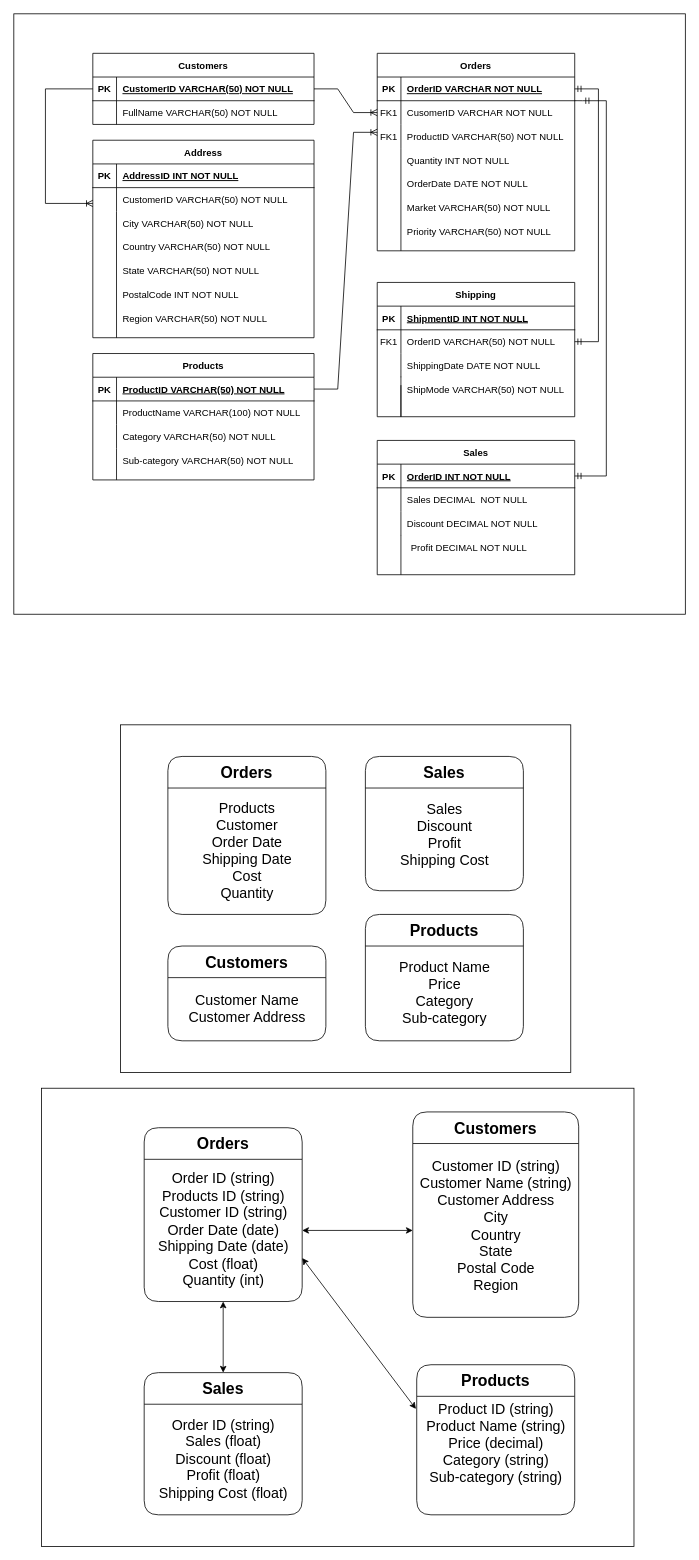
Before: Global Super Store Database.drawio in mennamamdouh/Global-Super-Store-Database, a draw.io diagram. Source tidied: cells renumbered, new cells numbered last; positions are measured from the earlier drawing's top-left corner, leaving out a move shared by most shapes. Both pictures are drawn from the tidied source at 79%, with x=0, y=0 at pixel (13, 13).
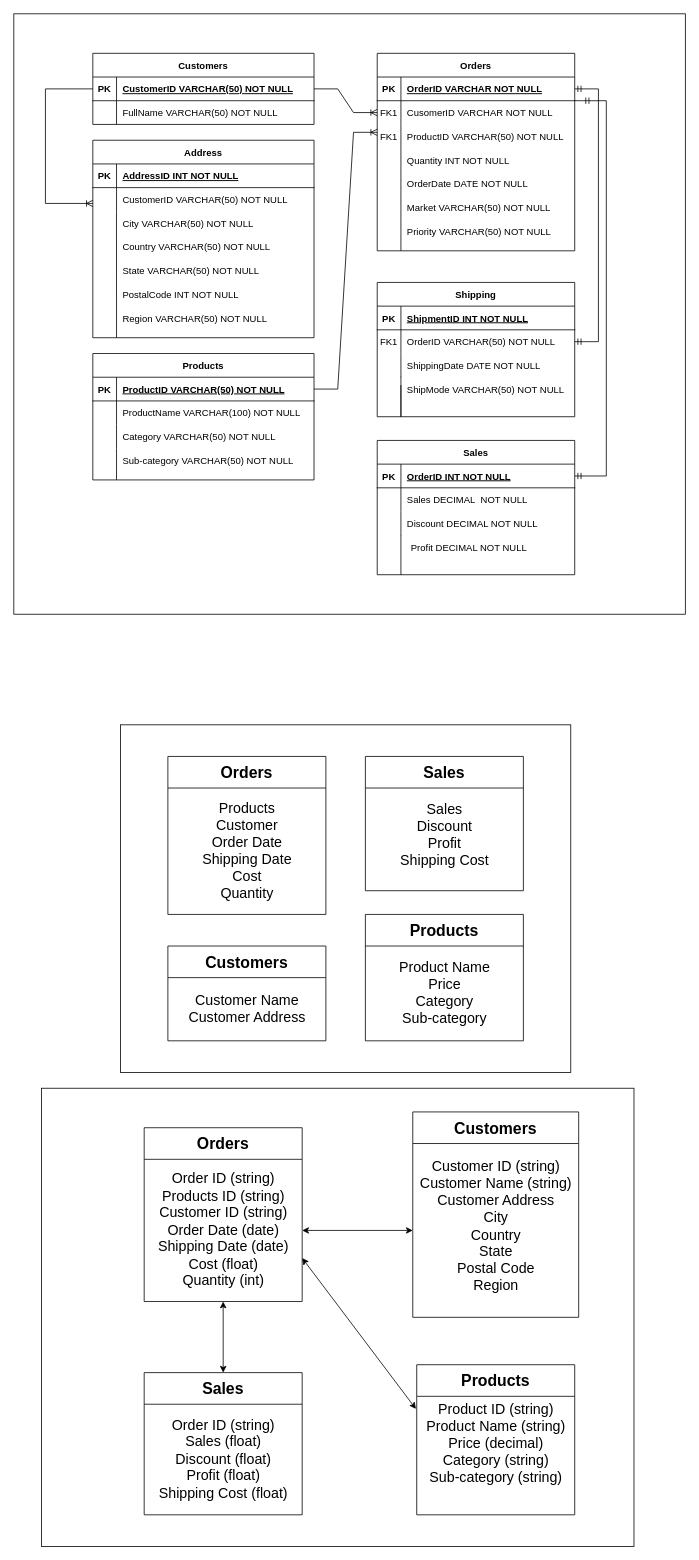
The same page after the edit.

Diff of the diagram source:
```diff
@@
-    <mxCell id="31" value="&lt;div style=&quot;font-size: 20px;&quot;&gt;Orders&lt;/div&gt;" style="swimlane;whiteSpace=wrap;html=1;startSize=40;fillStyle=auto;fillColor=default;rounded=1;" parent="1" vertex="1">
+    <mxCell id="31" value="&lt;div style=&quot;font-size: 20px;&quot;&gt;Orders&lt;/div&gt;" style="swimlane;whiteSpace=wrap;html=1;startSize=40;fillStyle=auto;fillColor=default;rounded=0;" parent="1" vertex="1">
       <mxGeometry x="195" y="940" width="200" height="200" as="geometry" />
     </mxCell>
@@
-    <mxCell id="33" value="&lt;font style=&quot;font-size: 20px;&quot;&gt;Customers&lt;/font&gt;" style="swimlane;whiteSpace=wrap;html=1;startSize=40;rounded=1;" parent="1" vertex="1">
+    <mxCell id="33" value="&lt;font style=&quot;font-size: 20px;&quot;&gt;Customers&lt;/font&gt;" style="swimlane;whiteSpace=wrap;html=1;startSize=40;rounded=0;" parent="1" vertex="1">
       <mxGeometry x="195" y="1180" width="200" height="120" as="geometry" />
     </mxCell>
@@
-    <mxCell id="35" value="&lt;font style=&quot;font-size: 20px;&quot;&gt;Products&lt;/font&gt;" style="swimlane;whiteSpace=wrap;html=1;startSize=40;rounded=1;" parent="1" vertex="1">
+    <mxCell id="35" value="&lt;font style=&quot;font-size: 20px;&quot;&gt;Products&lt;/font&gt;" style="swimlane;whiteSpace=wrap;html=1;startSize=40;rounded=0;" parent="1" vertex="1">
       <mxGeometry x="445" y="1140" width="200" height="160" as="geometry" />
     </mxCell>
@@
-    <mxCell id="37" value="&lt;font style=&quot;font-size: 20px;&quot;&gt;Sales&lt;/font&gt;" style="swimlane;whiteSpace=wrap;html=1;startSize=40;rounded=1;" parent="1" vertex="1">
+    <mxCell id="37" value="&lt;font style=&quot;font-size: 20px;&quot;&gt;Sales&lt;/font&gt;" style="swimlane;whiteSpace=wrap;html=1;startSize=40;rounded=0;" parent="1" vertex="1">
       <mxGeometry x="445" y="940" width="200" height="170" as="geometry" />
     </mxCell>
@@
-    <mxCell id="40" value="&lt;div style=&quot;font-size: 20px;&quot;&gt;Orders&lt;/div&gt;" style="swimlane;whiteSpace=wrap;html=1;startSize=40;fillStyle=auto;fillColor=default;rounded=1;" parent="1" vertex="1">
+    <mxCell id="40" value="&lt;div style=&quot;font-size: 20px;&quot;&gt;Orders&lt;/div&gt;" style="swimlane;whiteSpace=wrap;html=1;startSize=40;fillStyle=auto;fillColor=default;rounded=0;" parent="1" vertex="1">
       <mxGeometry x="165" y="1410" width="200" height="220" as="geometry" />
     </mxCell>
@@
-    <mxCell id="42" value="&lt;font style=&quot;font-size: 20px;&quot;&gt;Customers&lt;/font&gt;" style="swimlane;whiteSpace=wrap;html=1;startSize=40;rounded=1;" parent="1" vertex="1">
+    <mxCell id="42" value="&lt;font style=&quot;font-size: 20px;&quot;&gt;Customers&lt;/font&gt;" style="swimlane;whiteSpace=wrap;html=1;startSize=40;rounded=0;" parent="1" vertex="1">
       <mxGeometry x="505" y="1390" width="210" height="260" as="geometry" />
     </mxCell>
@@
-    <mxCell id="44" value="&lt;font style=&quot;font-size: 20px;&quot;&gt;Products&lt;/font&gt;" style="swimlane;whiteSpace=wrap;html=1;startSize=40;rounded=1;" parent="1" vertex="1">
+    <mxCell id="44" value="&lt;font style=&quot;font-size: 20px;&quot;&gt;Products&lt;/font&gt;" style="swimlane;whiteSpace=wrap;html=1;startSize=40;rounded=0;" parent="1" vertex="1">
       <mxGeometry x="510" y="1710" width="200" height="190" as="geometry" />
     </mxCell>
@@
-    <mxCell id="46" value="&lt;font style=&quot;font-size: 20px;&quot;&gt;Sales&lt;/font&gt;" style="swimlane;whiteSpace=wrap;html=1;startSize=40;rounded=1;" parent="1" vertex="1">
+    <mxCell id="46" value="&lt;font style=&quot;font-size: 20px;&quot;&gt;Sales&lt;/font&gt;" style="swimlane;whiteSpace=wrap;html=1;startSize=40;rounded=0;" parent="1" vertex="1">
       <mxGeometry x="165" y="1720" width="200" height="180" as="geometry" />
     </mxCell>
```
